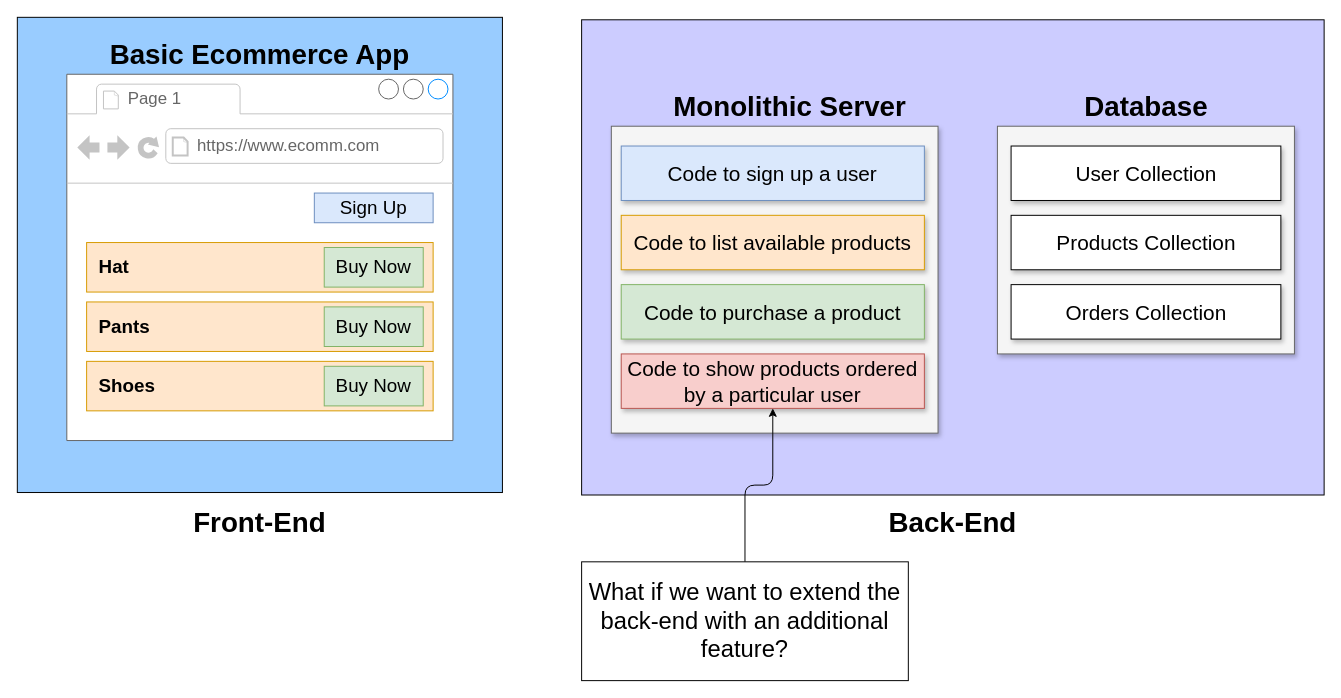
Earlier version of the draw.io diagram page "05a" (5 of 8) of class/03-basic-micro-services/03-basic-micro-services.drawio (scalable-web-systems/497s-F22). Source tidied: cells renumbered, new cells numbered last; positions are measured from the earlier drawing's top-left corner, leaving out a move shared by most shapes. Both pictures are drawn from the tidied source at 99%, with x=0, y=0 at pixel (17, 17).
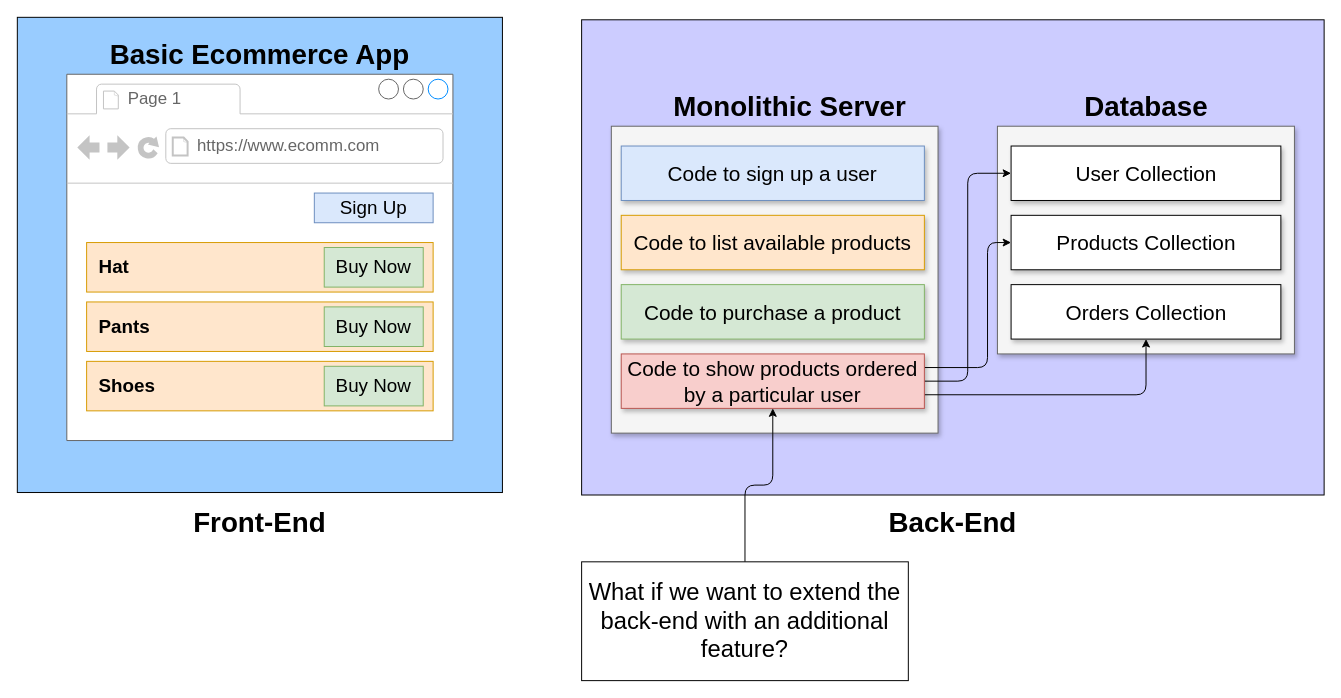
The same diagram, later.

The change refers to these unchanged cells:
```xml
<mxCell id="24" value="User Collection" style="rounded=0;whiteSpace=wrap;html=1;shadow=1;fontSize=21;" parent="1" vertex="1">
  <mxGeometry x="1003.8" y="130" width="272.5" height="55" as="geometry" />
</mxCell>
<mxCell id="25" value="Products Collection" style="rounded=0;whiteSpace=wrap;html=1;shadow=1;fontSize=21;" parent="1" vertex="1">
  <mxGeometry x="1003.8" y="200" width="272.5" height="55" as="geometry" />
</mxCell>
<mxCell id="26" value="Orders Collection" style="rounded=0;whiteSpace=wrap;html=1;shadow=1;fontSize=21;" parent="1" vertex="1">
  <mxGeometry x="1003.8" y="270" width="272.5" height="55" as="geometry" />
</mxCell>
<mxCell id="27" value="Code to show products&amp;nbsp;ordered by a particular user" style="rounded=0;whiteSpace=wrap;html=1;shadow=1;fontSize=21;fillColor=#f8cecc;strokeColor=#b85450;" parent="1" vertex="1">
  <mxGeometry x="610" y="340" width="306.2" height="55" as="geometry" />
</mxCell>
```

Change to the diagram source:
```diff
@@
+    <mxCell id="30" style="edgeStyle=orthogonalEdgeStyle;html=1;exitX=1;exitY=0.5;exitDx=0;exitDy=0;entryX=0;entryY=0.5;entryDx=0;entryDy=0;" parent="1" edge="1" source="27" target="24">
+      <mxGeometry relative="1" as="geometry" />
+    </mxCell>
+    <mxCell id="31" style="edgeStyle=orthogonalEdgeStyle;html=1;exitX=1;exitY=0.25;exitDx=0;exitDy=0;entryX=0;entryY=0.5;entryDx=0;entryDy=0;" parent="1" edge="1" source="27" target="25">
+      <mxGeometry relative="1" as="geometry">
+        <Array as="points">
+          <mxPoint x="980" y="354" />
+          <mxPoint x="980" y="228" />
+        </Array>
+      </mxGeometry>
+    </mxCell>
+    <mxCell id="32" style="edgeStyle=orthogonalEdgeStyle;html=1;exitX=1;exitY=0.75;exitDx=0;exitDy=0;" parent="1" edge="1" source="27" target="26">
+      <mxGeometry relative="1" as="geometry" />
+    </mxCell>
```
